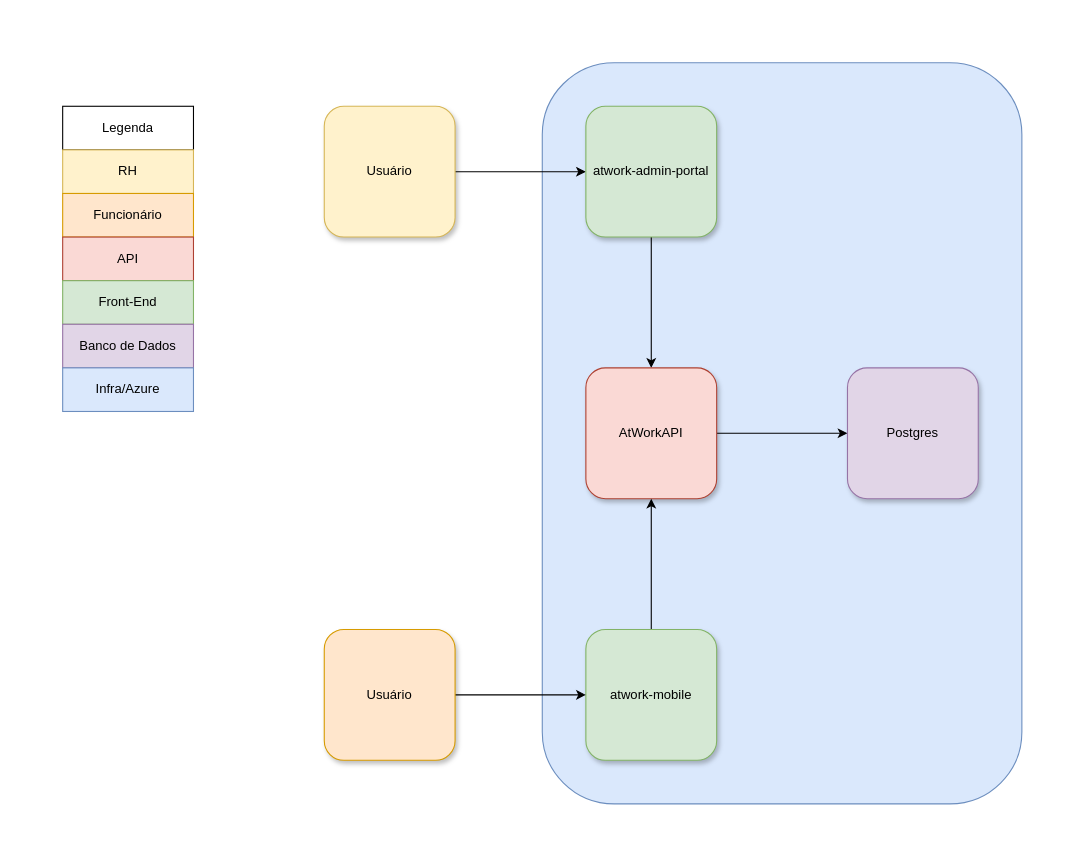
Portfolio-AtWork/.github keeps this draw.io diagram as portfolio.drawio. Above is the earlier version. Source tidied: cells renumbered, new cells numbered last; positions are measured from the earlier drawing's top-left corner, leaving out a move shared by most shapes. Both pictures are drawn from the tidied source at 109%, with x=0, y=0 at pixel (62, 62).
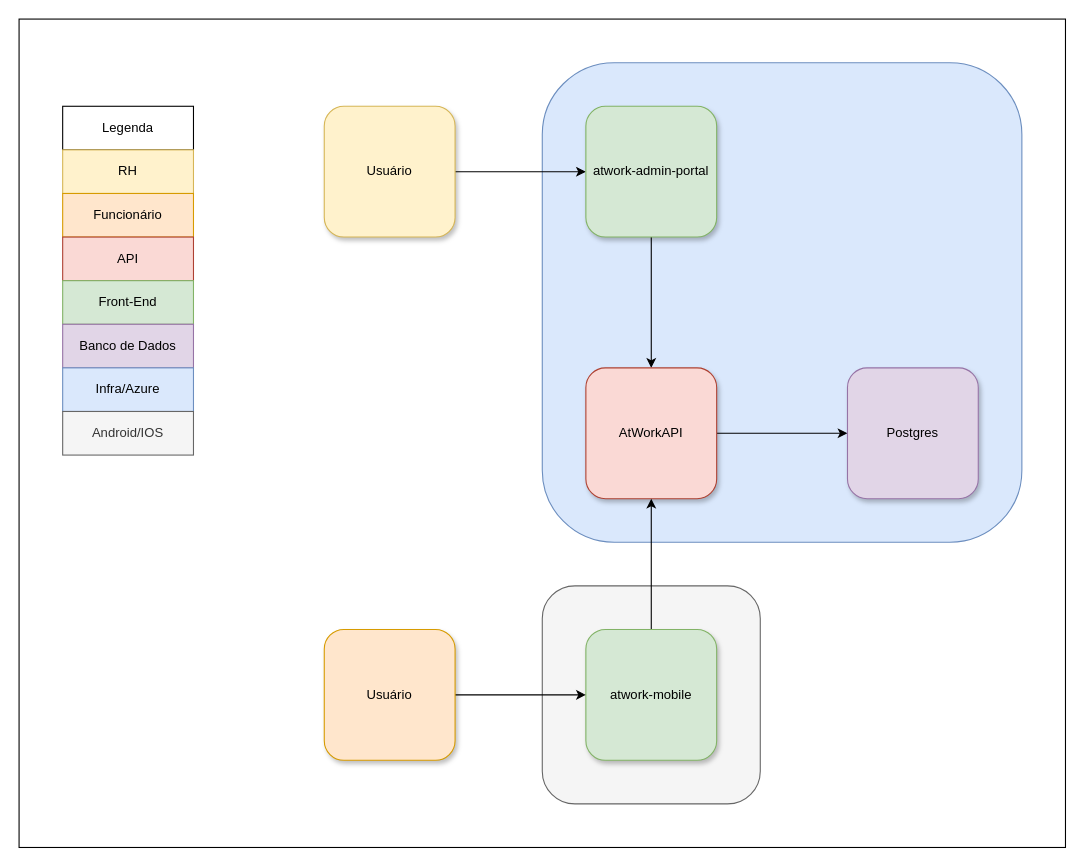
The same page after the edit.

The edit, as a diff of the source:
```diff
@@
+    <mxCell id="22" style="rounded=0;whiteSpace=wrap;html=1;" parent="1" vertex="1">
+      <mxGeometry x="-40" y="-40" width="960" height="760" as="geometry" />
+    </mxCell>
+    <mxCell id="23" style="rounded=1;whiteSpace=wrap;html=1;fillColor=#f5f5f5;fontColor=#333333;strokeColor=#666666;" parent="1" vertex="1">
+      <mxGeometry x="440" y="480" width="200" height="200" as="geometry" />
+    </mxCell>
@@
     <mxCell id="3" style="rounded=1;whiteSpace=wrap;html=1;fillColor=#dae8fc;strokeColor=#6c8ebf;" parent="1" vertex="1">
-      <mxGeometry x="440" width="440" height="680" as="geometry" />
+      <mxGeometry x="440" width="440" height="440" as="geometry" />
     </mxCell>
@@
+    <mxCell id="24" value="Android/IOS" style="rounded=0;whiteSpace=wrap;html=1;fillColor=#f5f5f5;fontColor=#333333;strokeColor=#666666;" parent="1" vertex="1">
+      <mxGeometry y="320" width="120" height="40" as="geometry" />
+    </mxCell>
```
